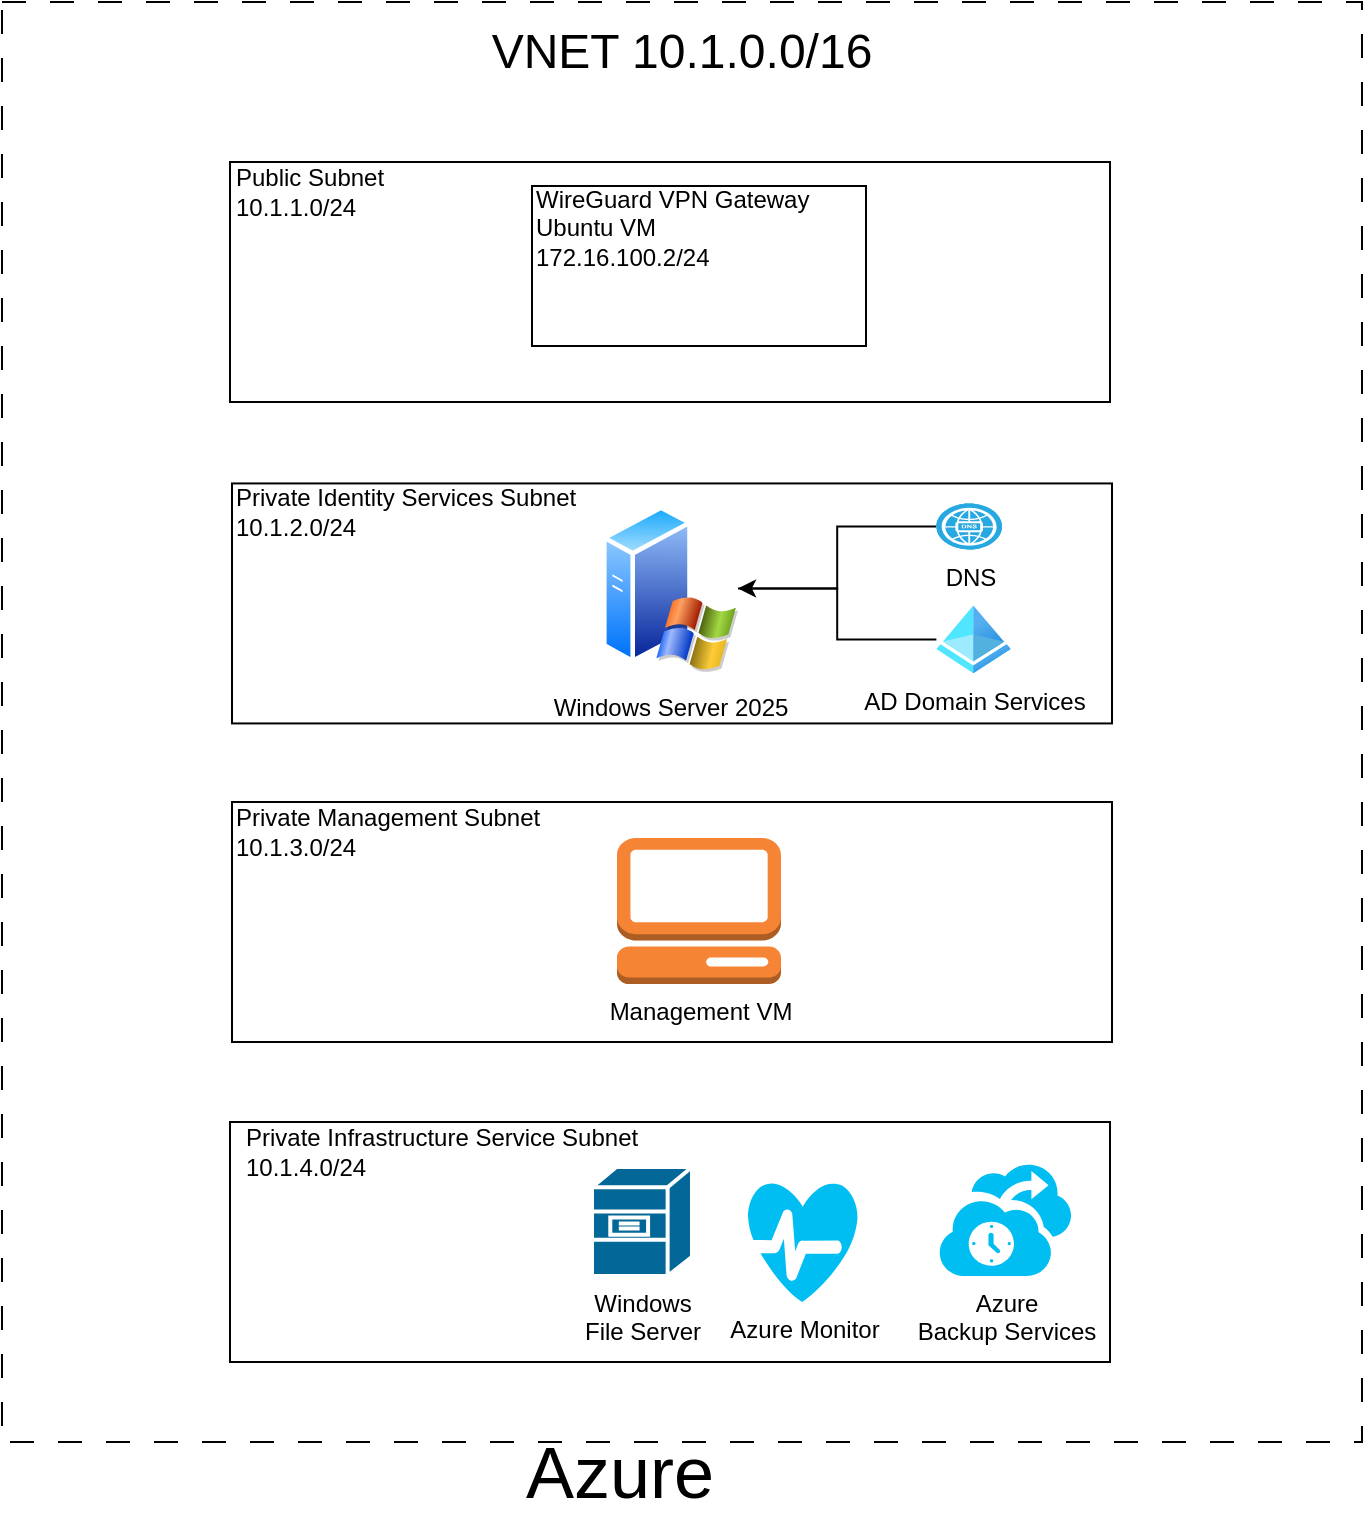
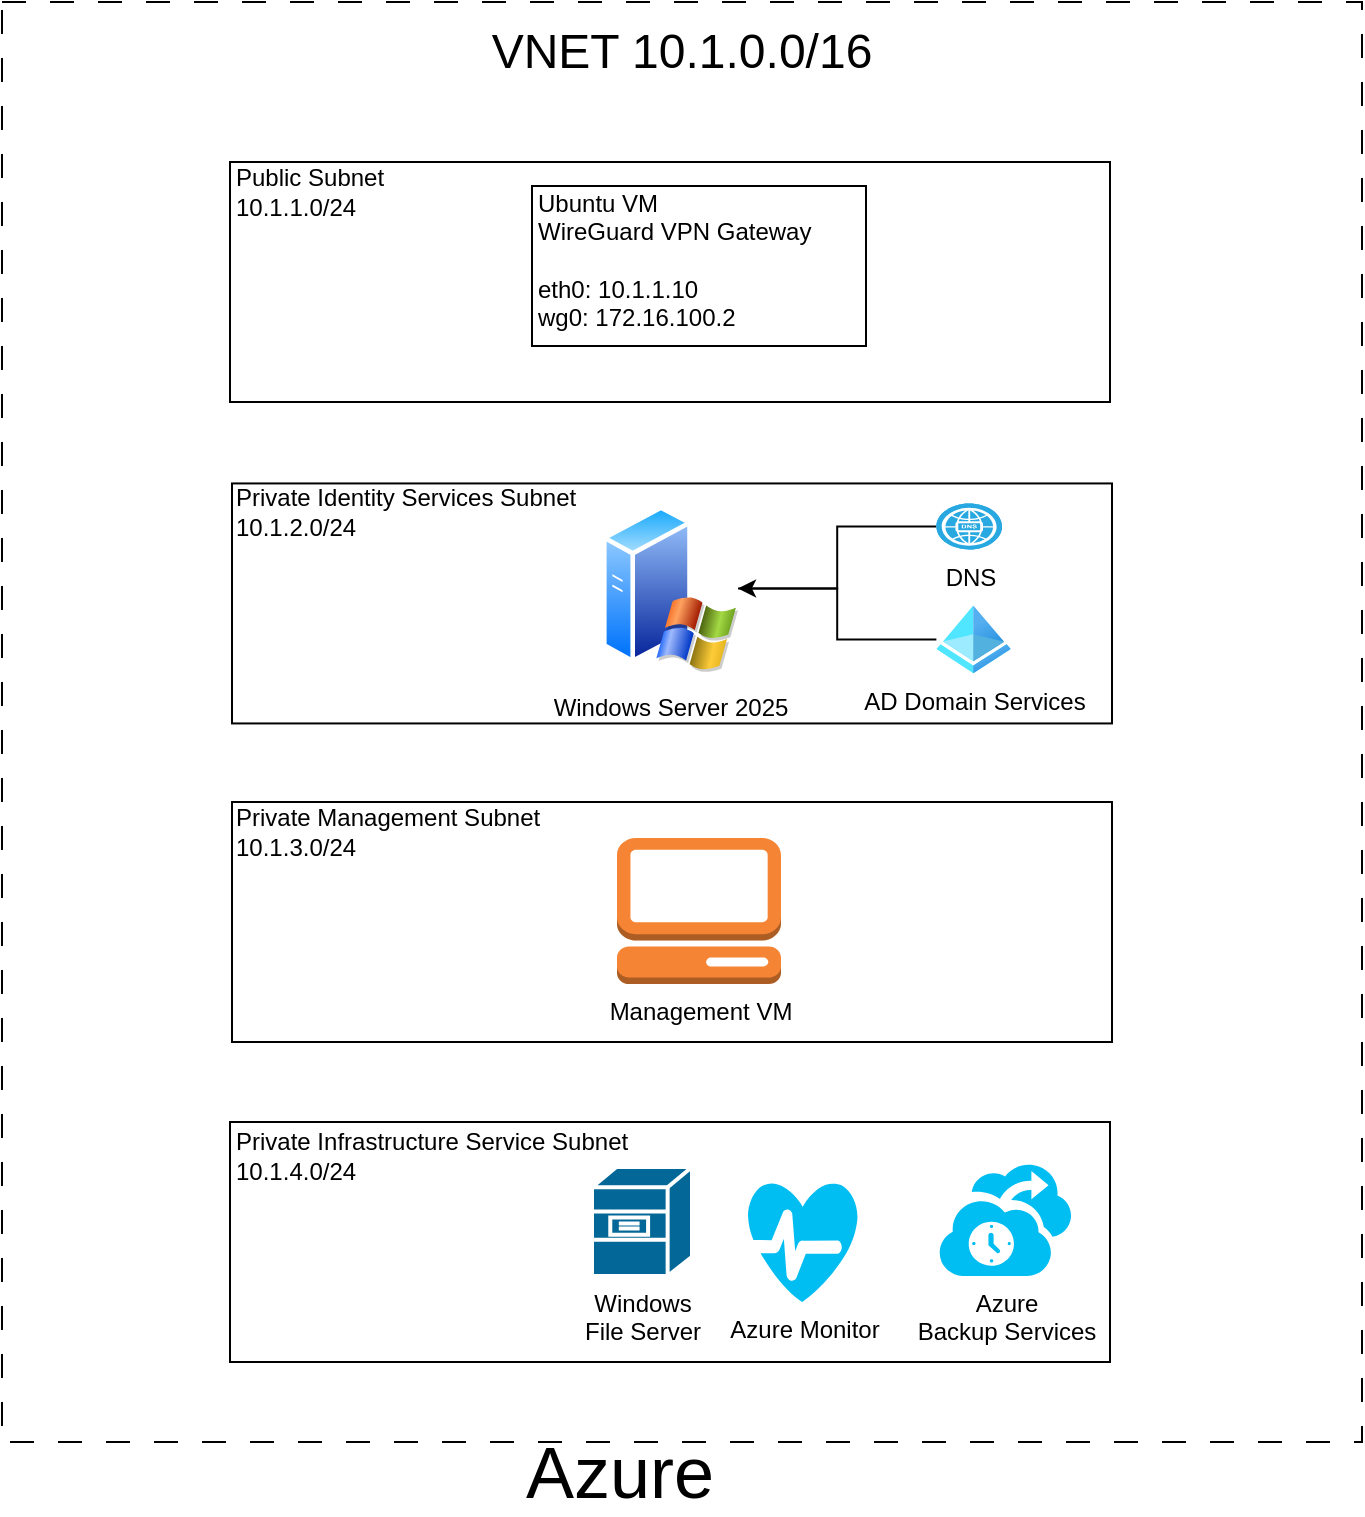
<mxfile host="Electron">
  <diagram name="Page-1" id="RP4ZPmqMCuTyzu-pA2Td">
-     <mxGraphModel dx="1755" dy="870" grid="0" gridSize="10" guides="1" tooltips="1" connect="1" arrows="1" fold="1" page="0" pageScale="1" pageWidth="850" pageHeight="1100" math="0" shadow="0">
+     <mxGraphModel dx="1478" dy="733" grid="0" gridSize="10" guides="1" tooltips="1" connect="1" arrows="1" fold="1" page="0" pageScale="1" pageWidth="850" pageHeight="1100" math="0" shadow="0">
      <root>
        <mxCell id="0" />
        <mxCell id="1" parent="0" />
        <mxCell id="rDlIikh5jjJFutqVJWoI-3" parent="1" style="whiteSpace=wrap;html=1;fillColor=none;dashed=1;dashPattern=12 12;" value="" vertex="1">
          <mxGeometry height="720" width="680" x="85" y="80" as="geometry" />
        </mxCell>
        <mxCell id="rDlIikh5jjJFutqVJWoI-4" parent="1" style="text;html=1;whiteSpace=wrap;strokeColor=none;fillColor=none;align=center;verticalAlign=middle;rounded=0;" value="&lt;font style=&quot;font-size: 36px;&quot;&gt;Azure&lt;/font&gt;" vertex="1">
          <mxGeometry height="30" width="200" x="294.00000000000006" y="800" as="geometry" />
        </mxCell>
        <mxCell id="rDlIikh5jjJFutqVJWoI-5" parent="1" style="text;html=1;whiteSpace=wrap;strokeColor=none;fillColor=none;align=center;verticalAlign=middle;rounded=0;" value="&lt;font style=&quot;font-size: 24px;&quot;&gt;VNET 10.1.0.0/16&lt;/font&gt;" vertex="1">
          <mxGeometry height="30" width="220" x="315.00000000000006" y="90" as="geometry" />
        </mxCell>
        <mxCell id="rDlIikh5jjJFutqVJWoI-10" parent="1" style="whiteSpace=wrap;html=1;fillColor=none;" value="" vertex="1">
          <mxGeometry height="120" width="440" x="200" y="320.72" as="geometry" />
        </mxCell>
        <mxCell id="rDlIikh5jjJFutqVJWoI-11" parent="1" style="whiteSpace=wrap;html=1;fillColor=none;" value="" vertex="1">
          <mxGeometry height="120" width="440" x="200" y="480" as="geometry" />
        </mxCell>
        <mxCell id="rDlIikh5jjJFutqVJWoI-12" parent="1" style="whiteSpace=wrap;html=1;fillColor=none;" value="" vertex="1">
          <mxGeometry height="120" width="440" x="199" y="640" as="geometry" />
        </mxCell>
        <mxCell id="rDlIikh5jjJFutqVJWoI-14" parent="1" style="text;html=1;whiteSpace=wrap;strokeColor=none;fillColor=none;align=left;verticalAlign=middle;rounded=0;" value="Private Identity Services Subnet&lt;div&gt;10.1.2.0/24&lt;/div&gt;" vertex="1">
          <mxGeometry height="30" width="185" x="200" y="320" as="geometry" />
        </mxCell>
        <mxCell id="rDlIikh5jjJFutqVJWoI-15" parent="1" style="text;html=1;whiteSpace=wrap;strokeColor=none;fillColor=none;align=left;verticalAlign=middle;rounded=0;" value="Private Management Subnet&lt;div&gt;10.1.3.0&lt;span style=&quot;color: rgba(0, 0, 0, 0); font-family: monospace; font-size: 0px; white-space: nowrap; background-color: transparent;&quot;&gt;%3CmxGraphModel%3E%3Croot%3E%3CmxCell%20id%3D%220%22%2F%3E%3CmxCell%20id%3D%221%22%20parent%3D%220%22%2F%3E%3CmxCell%20id%3D%222%22%20parent%3D%221%22%20style%3D%22text%3Bhtml%3D1%3BwhiteSpace%3Dwrap%3BstrokeColor%3Dnone%3BfillColor%3Dnone%3Balign%3Dcenter%3BverticalAlign%3Dmiddle%3Brounded%3D0%3B%22%20value%3D%22Private%20subnet%26lt%3Bdiv%26gt%3B10.1.1.0%2F24%26lt%3B%2Fdiv%26gt%3B%22%20vertex%3D%221%22%3E%3CmxGeometry%20height%3D%2230%22%20width%3D%22110%22%20x%3D%22280%22%20y%3D%22320%22%20as%3D%22geometry%22%2F%3E%3C%2FmxCell%3E%3C%2Froot%3E%3C%2FmxGraphModel%3E&lt;/span&gt;&lt;span style=&quot;color: rgba(0, 0, 0, 0); font-family: monospace; font-size: 0px; white-space: nowrap; background-color: transparent;&quot;&gt;%3CmxGraphModel%3E%3Croot%3E%3CmxCell%20id%3D%220%22%2F%3E%3CmxCell%20id%3D%221%22%20parent%3D%220%22%2F%3E%3CmxCell%20id%3D%222%22%20parent%3D%221%22%20style%3D%22text%3Bhtml%3D1%3BwhiteSpace%3Dwrap%3BstrokeColor%3Dnone%3BfillColor%3Dnone%3Balign%3Dcenter%3BverticalAlign%3Dmiddle%3Brounded%3D0%3B%22%20value%3D%22Private%20subnet%26lt%3Bdiv%26gt%3B10.1.1.0%2F24%26lt%3B%2Fdiv%26gt%3B%22%20vertex%3D%221%22%3E%3CmxGeometry%20height%3D%2230%22%20width%3D%22110%22%20x%3D%22280%22%20y%3D%22320%22%20as%3D%22geometry%22%2F%3E%3C%2FmxCell%3E%3C%2Froot%3E%3C%2FmxGraphModel%3E&lt;/span&gt;&lt;span style=&quot;background-color: transparent; color: light-dark(rgb(0, 0, 0), rgb(255, 255, 255));&quot;&gt;/24&lt;/span&gt;&lt;/div&gt;" vertex="1">
          <mxGeometry height="30" width="165" x="200" y="480" as="geometry" />
        </mxCell>
        <mxCell id="rDlIikh5jjJFutqVJWoI-16" parent="1" style="text;html=1;whiteSpace=wrap;strokeColor=none;fillColor=none;align=left;verticalAlign=middle;rounded=0;" value="Private Infrastructure Service Subnet&lt;div&gt;10.1.4.0/24&lt;/div&gt;" vertex="1">
-           <mxGeometry height="30" width="215" x="205" y="640" as="geometry" />
+           <mxGeometry height="30" width="215" x="200" y="642" as="geometry" />
        </mxCell>
        <mxCell id="rDlIikh5jjJFutqVJWoI-34" edge="1" parent="1" source="rDlIikh5jjJFutqVJWoI-21" style="edgeStyle=orthogonalEdgeStyle;rounded=0;orthogonalLoop=1;jettySize=auto;html=1;endArrow=none;endFill=0;" target="rDlIikh5jjJFutqVJWoI-33" value="">
          <mxGeometry relative="1" as="geometry" />
        </mxCell>
        <mxCell id="rDlIikh5jjJFutqVJWoI-21" parent="1" style="image;aspect=fixed;perimeter=ellipsePerimeter;html=1;align=center;shadow=0;dashed=0;spacingTop=3;image=img/lib/active_directory/windows_server_2.svg;" value="Windows Server 2025" vertex="1">
          <mxGeometry height="84.98" width="68" x="385" y="330.72" as="geometry" />
        </mxCell>
        <mxCell id="rDlIikh5jjJFutqVJWoI-23" parent="1" style="outlineConnect=0;dashed=0;verticalLabelPosition=bottom;verticalAlign=top;align=center;html=1;shape=mxgraph.aws3.management_console;fillColor=#F58534;gradientColor=none;" value="Management VM" vertex="1">
          <mxGeometry height="73" width="82" x="392.5" y="498" as="geometry" />
        </mxCell>
        <mxCell id="rDlIikh5jjJFutqVJWoI-25" parent="1" style="strokeColor=#ffffff;sketch=0;html=1;pointerEvents=1;dashed=0;fillColor=#036897;strokeWidth=2;verticalLabelPosition=bottom;verticalAlign=top;align=center;outlineConnect=0;shape=mxgraph.cisco.servers.file_server;" value="&lt;div&gt;Windows&lt;/div&gt;File Server" vertex="1">
          <mxGeometry height="54.5" width="50" x="380" y="662.5" as="geometry" />
        </mxCell>
        <mxCell id="rDlIikh5jjJFutqVJWoI-26" parent="1" style="verticalLabelPosition=bottom;html=1;verticalAlign=top;align=center;strokeColor=none;fillColor=#00BEF2;shape=mxgraph.azure.health_monitoring;" value="Azure Monitor" vertex="1">
          <mxGeometry height="60" width="55" x="458" y="670" as="geometry" />
        </mxCell>
        <mxCell id="rDlIikh5jjJFutqVJWoI-27" parent="1" style="verticalLabelPosition=bottom;html=1;verticalAlign=top;align=center;strokeColor=none;fillColor=#00BEF2;shape=mxgraph.azure.backup_service;" value="&lt;div&gt;Azure&lt;/div&gt;Backup Services" vertex="1">
          <mxGeometry height="57" width="67" x="553" y="660" as="geometry" />
        </mxCell>
        <mxCell id="rDlIikh5jjJFutqVJWoI-35" edge="1" parent="1" source="rDlIikh5jjJFutqVJWoI-32" style="edgeStyle=orthogonalEdgeStyle;rounded=0;orthogonalLoop=1;jettySize=auto;html=1;" target="rDlIikh5jjJFutqVJWoI-21" value="">
          <mxGeometry relative="1" as="geometry" />
        </mxCell>
        <mxCell id="rDlIikh5jjJFutqVJWoI-32" parent="1" style="fillColor=#28A8E0;verticalLabelPosition=bottom;sketch=0;html=1;strokeColor=#ffffff;verticalAlign=top;align=center;points=[[0.145,0.145,0],[0.5,0,0],[0.855,0.145,0],[1,0.5,0],[0.855,0.855,0],[0.5,1,0],[0.145,0.855,0],[0,0.5,0]];pointerEvents=1;shape=mxgraph.cisco_safe.compositeIcon;bgIcon=ellipse;resIcon=mxgraph.cisco_safe.capability.dns;" value="DNS" vertex="1">
          <mxGeometry height="23" width="32.81" x="552.19" y="330.72" as="geometry" />
        </mxCell>
        <mxCell id="rDlIikh5jjJFutqVJWoI-33" parent="1" style="image;aspect=fixed;html=1;points=[];align=center;fontSize=12;image=img/lib/azure2/identity/Azure_Active_Directory.svg;" value="AD Domain Services" vertex="1">
          <mxGeometry height="34" width="37.19" x="552.19" y="381.7" as="geometry" />
        </mxCell>
        <mxCell id="2-BQfcV8EPxYpGFBvRmM-1" parent="1" style="whiteSpace=wrap;html=1;fillColor=none;" value="" vertex="1">
          <mxGeometry height="120" width="440" x="199" y="160" as="geometry" />
        </mxCell>
        <mxCell id="2-BQfcV8EPxYpGFBvRmM-2" parent="1" style="text;html=1;whiteSpace=wrap;strokeColor=none;fillColor=none;align=left;verticalAlign=middle;rounded=0;" value="Public Subnet&lt;div&gt;10.1.1.0/24&lt;/div&gt;" vertex="1">
          <mxGeometry height="30" width="185" x="200" y="160" as="geometry" />
        </mxCell>
        <mxCell id="2-BQfcV8EPxYpGFBvRmM-3" parent="1" style="whiteSpace=wrap;html=1;fillColor=none;" value="" vertex="1">
          <mxGeometry height="80" width="167" x="350" y="172" as="geometry" />
        </mxCell>
-         <mxCell id="2-BQfcV8EPxYpGFBvRmM-4" parent="1" style="text;html=1;whiteSpace=wrap;strokeColor=none;fillColor=none;align=left;verticalAlign=middle;rounded=0;" value="WireGuard VPN Gateway&lt;div&gt;Ubuntu VM&lt;br&gt;&lt;div&gt;172.16.100.2/24&lt;/div&gt;&lt;/div&gt;" vertex="1">
-           <mxGeometry height="30" width="162" x="350" y="178" as="geometry" />
+         <mxCell id="2-BQfcV8EPxYpGFBvRmM-4" parent="1" style="text;html=1;whiteSpace=wrap;strokeColor=none;fillColor=none;align=left;verticalAlign=middle;rounded=0;" value="Ubuntu VM&lt;div&gt;WireGuard VPN Gateway&lt;/div&gt;&lt;div&gt;&lt;br&gt;&lt;/div&gt;&lt;div&gt;eth0: 10.1.1.10&lt;br&gt;&lt;div&gt;&lt;div&gt;wg0: 172.16.100.2&lt;/div&gt;&lt;/div&gt;&lt;/div&gt;" vertex="1">
+           <mxGeometry height="30" width="162" x="351" y="194" as="geometry" />
        </mxCell>
      </root>
    </mxGraphModel>
  </diagram>
</mxfile>
